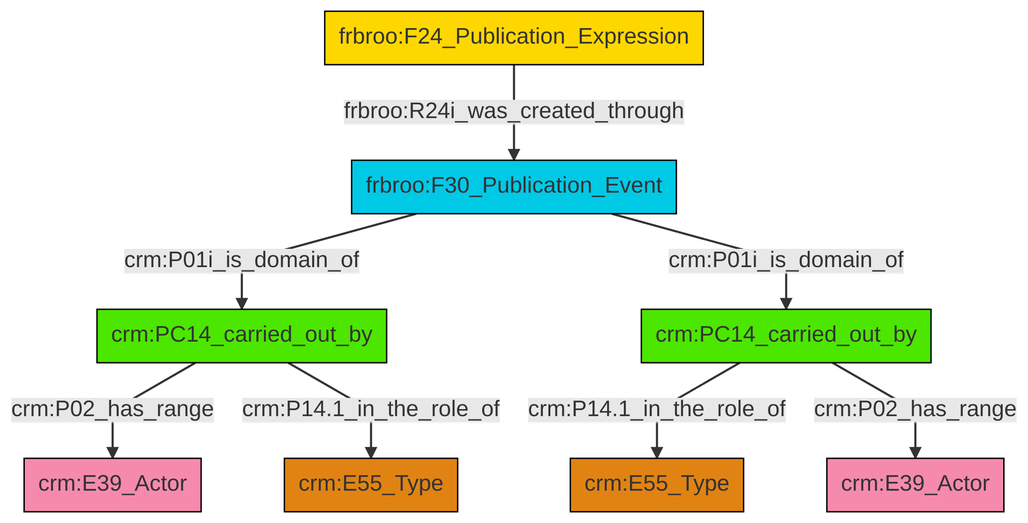
Before: et/biblioCSV/ttl/mmd/png/biblio_actor_relations.png, a diagram exported from Mermaid (swiss-art-research-net/reference-data-models). Its source is kept beside it as et/biblioCSV/ttl/mmd/biblio_actor_relations.ttl.mmd.
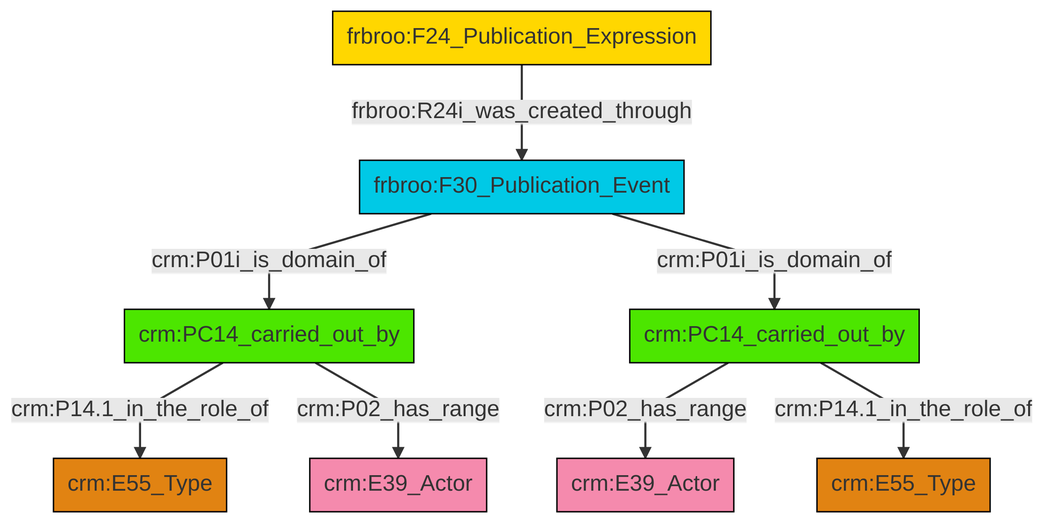
The same diagram one commit later.

Diff of the diagram source:
```diff
@@ -13,10 +13,10 @@
 classDef PC_Classes fill:#4ce600, stroke:#000000;
 classDef Multi fill:#cccccc,stroke:#000000;
 
-4["crm:PC14_carried_out_by"]:::PC_Classes -->|crm:P02_has_range| 5["crm:E39_Actor"]:::Actor
-10["frbroo:F24_Publication_Expression"]:::Conceptual_Object -->|frbroo:R24i_was_created_through| 8["frbroo:F30_Publication_Event"]:::Temporal_Entity
-13["crm:PC14_carried_out_by"]:::PC_Classes -->|crm:P14.1_in_the_role_of| 2["crm:E55_Type"]:::Type
-8["frbroo:F30_Publication_Event"]:::Temporal_Entity -->|crm:P01i_is_domain_of| 4["crm:PC14_carried_out_by"]:::PC_Classes
-8["frbroo:F30_Publication_Event"]:::Temporal_Entity -->|crm:P01i_is_domain_of| 13["crm:PC14_carried_out_by"]:::PC_Classes
-13["crm:PC14_carried_out_by"]:::PC_Classes -->|crm:P02_has_range| 0["crm:E39_Actor"]:::Actor
-4["crm:PC14_carried_out_by"]:::PC_Classes -->|crm:P14.1_in_the_role_of| 14["crm:E55_Type"]:::Type
+2["frbroo:F30_Publication_Event"]:::Temporal_Entity -->|crm:P01i_is_domain_of| 3["crm:PC14_carried_out_by"]:::PC_Classes
+3["crm:PC14_carried_out_by"]:::PC_Classes -->|crm:P14.1_in_the_role_of| 4["crm:E55_Type"]:::Type
+0["frbroo:F24_Publication_Expression"]:::Conceptual_Object -->|frbroo:R24i_was_created_through| 2["frbroo:F30_Publication_Event"]:::Temporal_Entity
+2["frbroo:F30_Publication_Event"]:::Temporal_Entity -->|crm:P01i_is_domain_of| 7["crm:PC14_carried_out_by"]:::PC_Classes
+7["crm:PC14_carried_out_by"]:::PC_Classes -->|crm:P02_has_range| 9["crm:E39_Actor"]:::Actor
+3["crm:PC14_carried_out_by"]:::PC_Classes -->|crm:P02_has_range| 11["crm:E39_Actor"]:::Actor
+7["crm:PC14_carried_out_by"]:::PC_Classes -->|crm:P14.1_in_the_role_of| 12["crm:E55_Type"]:::Type
```
